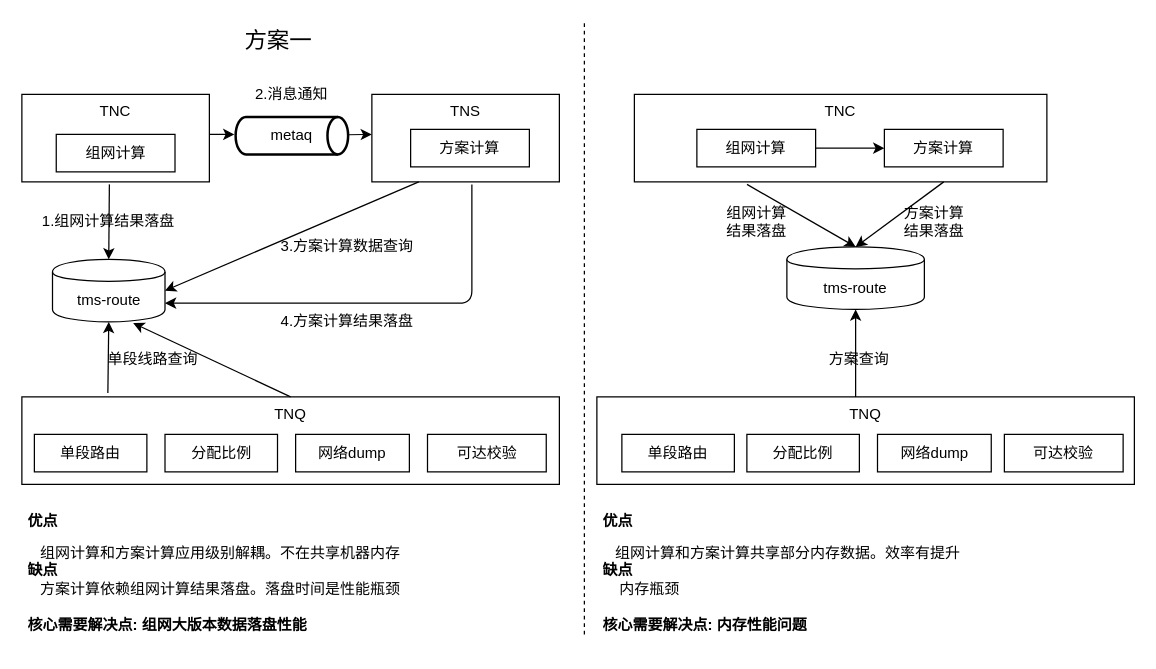
This is Untitled Diagram.drawio from shaonianwu/cainiao, a draw.io file, before an edit. Source tidied: cells renumbered, new cells numbered last; positions are measured from the earlier drawing's top-left corner, leaving out a move shared by most shapes. Both pictures are drawn from the tidied source at 125%, with x=0, y=0 at pixel (21, 21).
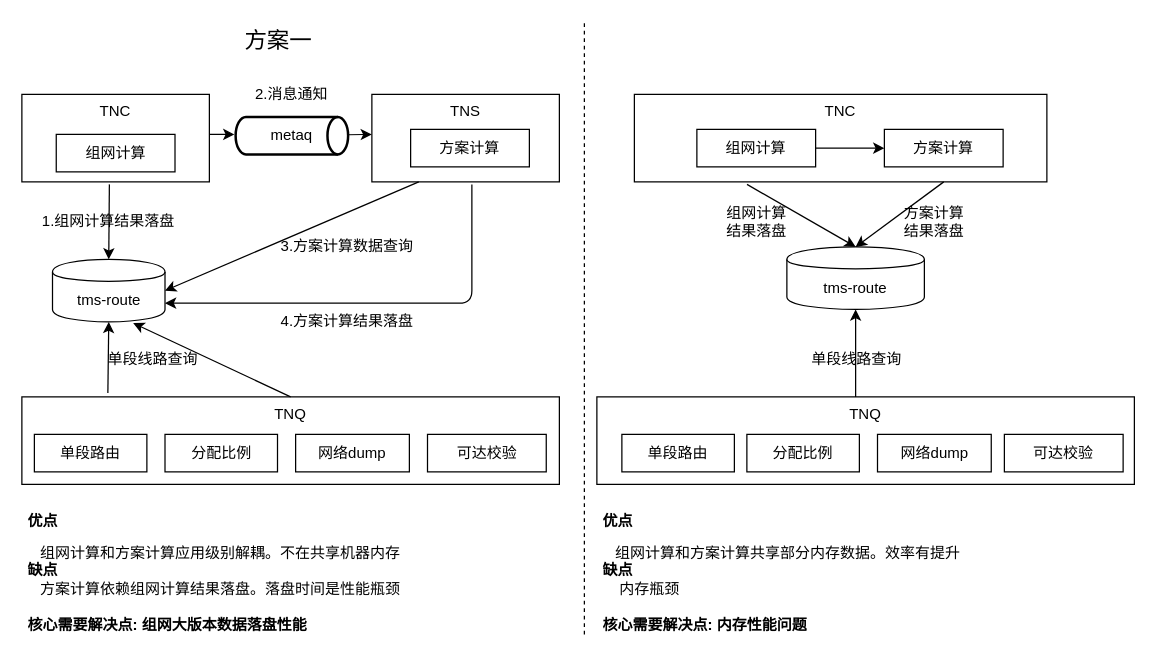
The same diagram, later.

Commit message:
组网架构讨论.drawio

Diff of the diagram source:
```diff
@@
-    <mxCell id="43" value="方案查询" style="text;html=1;strokeColor=none;fillColor=none;align=center;verticalAlign=middle;whiteSpace=wrap;rounded=0;" parent="1" vertex="1">
-      <mxGeometry x="640" y="260" width="60" height="20" as="geometry" />
+    <mxCell id="43" value="单段线路查询" style="text;html=1;strokeColor=none;fillColor=none;align=center;verticalAlign=middle;whiteSpace=wrap;rounded=0;" parent="1" vertex="1">
+      <mxGeometry x="628" y="260" width="80" height="20" as="geometry" />
     </mxCell>
```
